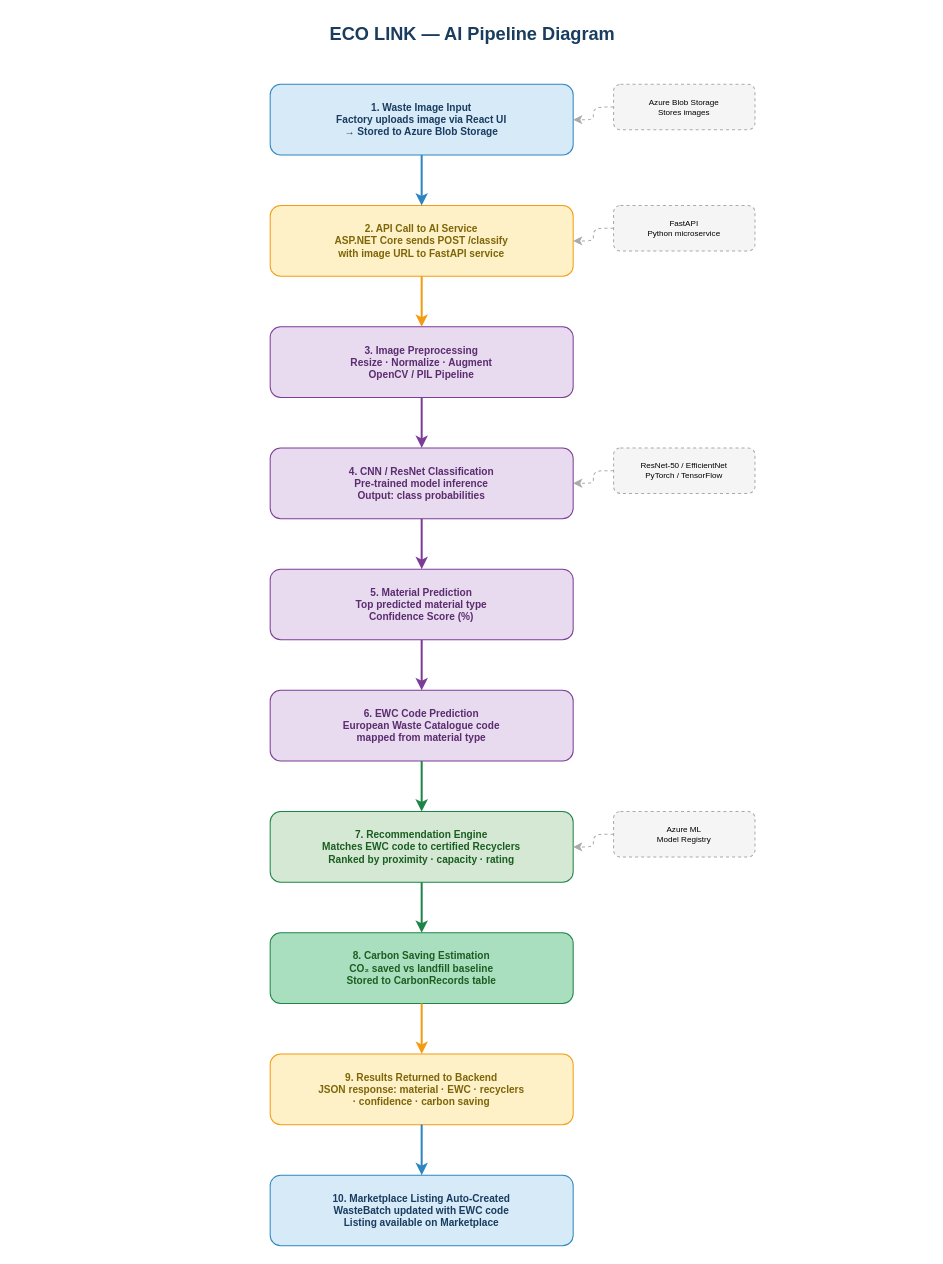
Above: docs/09_AI_Pipeline_Diagram.drawio in shadaneutron/Eco_Link_For_Red_Dev (draw.io), before the change. Source tidied: cells renumbered, new cells numbered last; positions are measured from the earlier drawing's top-left corner, leaving out a move shared by most shapes. Both pictures are drawn from the tidied source at 101%, with x=0, y=0 at pixel (17, 17).
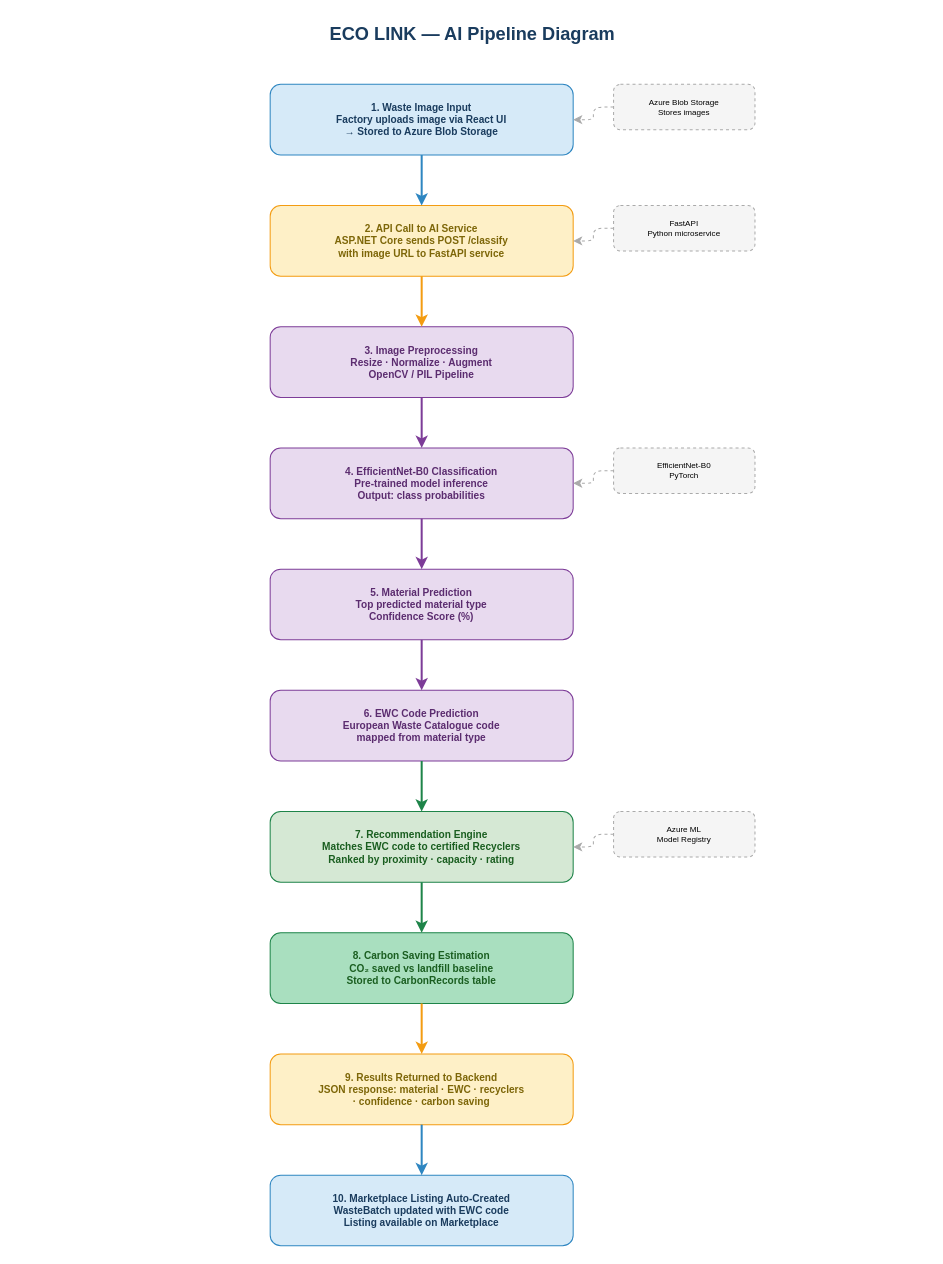
The same diagram, later.

Diff of the diagram source:
```diff
@@
-    <mxCell id="6" value="4. CNN / ResNet Classification&#10;Pre-trained model inference&#10;Output: class probabilities" style="rounded=1;whiteSpace=wrap;html=1;fillColor=#E8DAEF;strokeColor=#7D3C98;fontColor=#5B2C6F;fontSize=10;fontStyle=1;" parent="1" vertex="1">
+    <mxCell id="6" value="4. EfficientNet-B0 Classification&#10;Pre-trained model inference&#10;Output: class probabilities" style="rounded=1;whiteSpace=wrap;html=1;fillColor=#E8DAEF;strokeColor=#7D3C98;fontColor=#5B2C6F;fontSize=10;fontStyle=1;" parent="1" vertex="1">
       <mxGeometry x="250" y="426" width="300" height="70" as="geometry" />
     </mxCell>
@@
-    <mxCell id="15" value="ResNet-50 / EfficientNet&#10;PyTorch / TensorFlow" style="rounded=1;fillColor=#F5F5F5;strokeColor=#AAAAAA;fontSize=8;dashed=1;" parent="1" vertex="1">
+    <mxCell id="15" value="EfficientNet-B0&#10;PyTorch" style="rounded=1;fillColor=#F5F5F5;strokeColor=#AAAAAA;fontSize=8;dashed=1;" parent="1" vertex="1">
       <mxGeometry x="590" y="426" width="140" height="45" as="geometry" />
     </mxCell>
```
